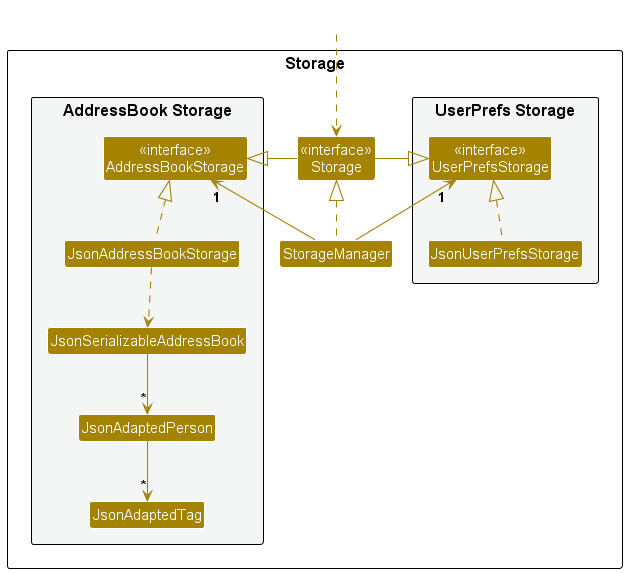
This is docs/images/StorageClassDiagram.png from nus-cs2103-AY2324S2/tp, a PlantUML export, as it was before one commit.
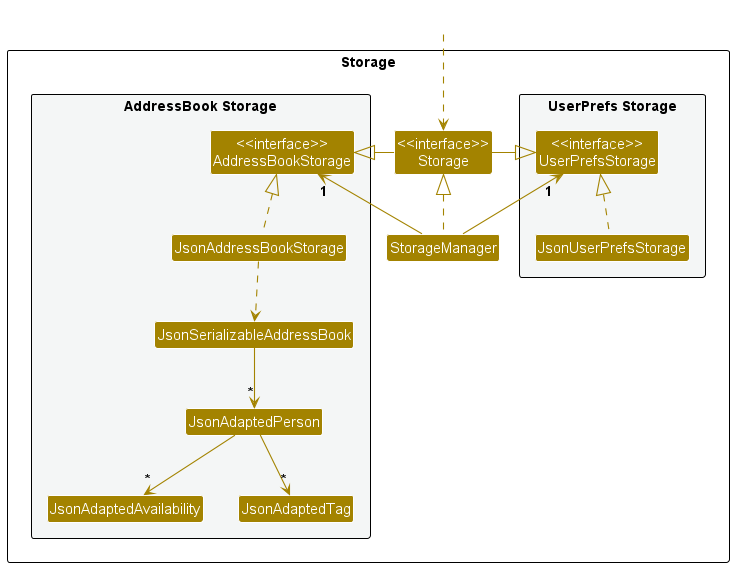
The same diagram one commit later.

Commit message:
Update Model and Storage class diagrams

What changed in the source:
```diff
@@ -19,6 +19,7 @@
 Class JsonAddressBookStorage
 Class JsonSerializableAddressBook
 Class JsonAdaptedPerson
+Class JsonAdaptedAvailability
 Class JsonAdaptedTag
 }
 
@@ -39,5 +40,6 @@
 JsonAddressBookStorage ..> JsonSerializableAddressBook
 JsonSerializableAddressBook --> "*" JsonAdaptedPerson
 JsonAdaptedPerson --> "*" JsonAdaptedTag
+JsonAdaptedPerson --> "*" JsonAdaptedAvailability
 
 @enduml
```
